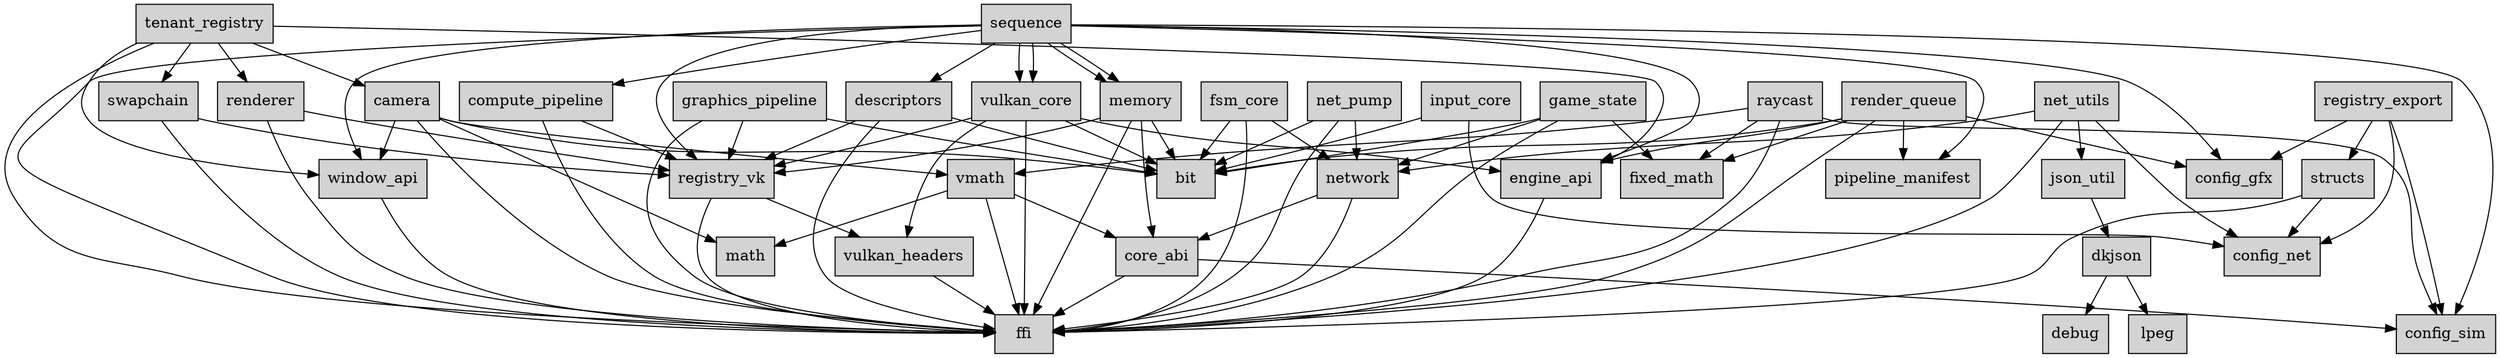
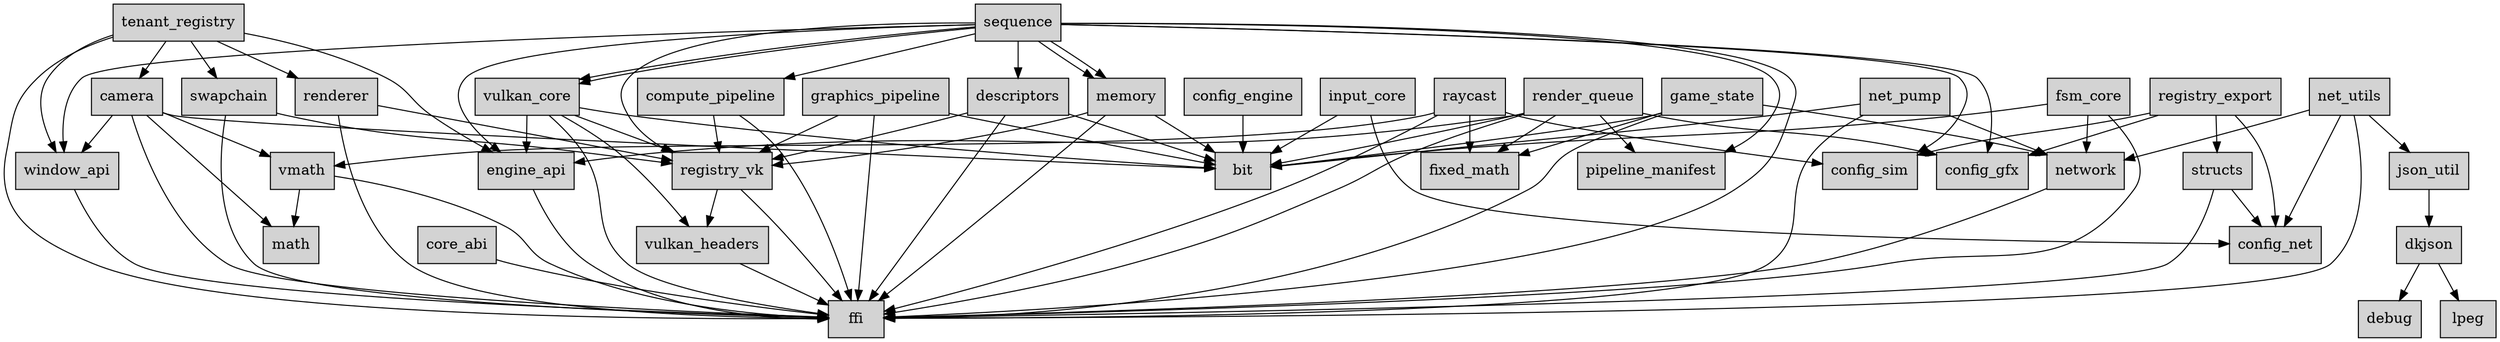
digraph WeaverEngine {
  node [shape=box, style=filled, fillcolor=lightgray];
  "json_util" -> "dkjson";
-   "structs" -> "ffi";
-   "structs" -> "config_net";
-   "compute_pipeline" -> "ffi";
-   "compute_pipeline" -> "registry_vk";
-   "config_sim";
-   "config_gfx";
-   "vulkan_headers" -> "ffi";
-   "vmath" -> "ffi";
-   "vmath" -> "math";
-   "vmath" -> "core_abi";
-   "input_core" -> "bit";
-   "input_core" -> "config_net";
-   "graphics_pipeline" -> "ffi";
-   "graphics_pipeline" -> "bit";
-   "graphics_pipeline" -> "registry_vk";
-   "swapchain" -> "ffi";
-   "swapchain" -> "registry_vk";
-   "registry_export" -> "structs";
-   "registry_export" -> "config_gfx";
-   "registry_export" -> "config_sim";
-   "registry_export" -> "config_net";
-   "engine_api" -> "ffi";
+   "game_state" -> "ffi";
+   "game_state" -> "bit";
+   "game_state" -> "network";
+   "game_state" -> "fixed_math";
+   "config_net";
+   "renderer" -> "ffi";
+   "renderer" -> "registry_vk";
+   "pipeline_manifest";
  "raycast" -> "ffi";
  "raycast" -> "vmath";
  "raycast" -> "fixed_math";
  "raycast" -> "config_sim";
-   "fsm_core" -> "network";
-   "fsm_core" -> "bit";
-   "fsm_core" -> "ffi";
+   "network" -> "ffi";
  "net_pump" -> "ffi";
  "net_pump" -> "bit";
  "net_pump" -> "network";
+   "compute_pipeline" -> "ffi";
+   "compute_pipeline" -> "registry_vk";
+   "input_core" -> "bit";
+   "input_core" -> "config_net";
+   "registry_vk" -> "ffi";
+   "registry_vk" -> "vulkan_headers";
+   "vulkan_core" -> "ffi";
+   "vulkan_core" -> "bit";
+   "vulkan_core" -> "vulkan_headers";
+   "vulkan_core" -> "registry_vk";
+   "vulkan_core" -> "engine_api";
+   "core_abi" -> "ffi";
+   "descriptors" -> "ffi";
+   "descriptors" -> "bit";
+   "descriptors" -> "registry_vk";
+   "swapchain" -> "ffi";
+   "swapchain" -> "registry_vk";
+   "graphics_pipeline" -> "ffi";
+   "graphics_pipeline" -> "bit";
+   "graphics_pipeline" -> "registry_vk";
+   "camera" -> "ffi";
+   "camera" -> "math";
+   "camera" -> "bit";
+   "camera" -> "vmath";
+   "camera" -> "window_api";
+   "config_gfx";
+   "dkjson" -> "debug";
+   "dkjson" -> "lpeg";
+   "structs" -> "ffi";
+   "structs" -> "config_net";
+   "window_api" -> "ffi";
+   "config_engine" -> "bit";
  "sequence" -> "ffi";
  "sequence" -> "registry_vk";
  "sequence" -> "pipeline_manifest";
  "sequence" -> "window_api";
  "sequence" -> "engine_api";
  "sequence" -> "config_gfx";
  "sequence" -> "config_sim";
  "sequence" -> "vulkan_core";
  "sequence" -> "vulkan_core";
  "sequence" -> "memory";
  "sequence" -> "descriptors";
  "sequence" -> "memory";
  "sequence" -> "compute_pipeline";
+   "memory" -> "ffi";
+   "memory" -> "bit";
+   "memory" -> "registry_vk";
+   "config_sim";
+   "fsm_core" -> "network";
+   "fsm_core" -> "bit";
+   "fsm_core" -> "ffi";
  "net_utils" -> "ffi";
  "net_utils" -> "json_util";
  "net_utils" -> "config_net";
  "net_utils" -> "network";
-   "camera" -> "ffi";
-   "camera" -> "math";
-   "camera" -> "bit";
-   "camera" -> "vmath";
-   "camera" -> "window_api";
+   "registry_export" -> "structs";
+   "registry_export" -> "config_gfx";
+   "registry_export" -> "config_sim";
+   "registry_export" -> "config_net";
  "fixed_math";
-   "pipeline_manifest";
-   "renderer" -> "ffi";
-   "renderer" -> "registry_vk";
+   "vulkan_headers" -> "ffi";
+   "vmath" -> "ffi";
+   "vmath" -> "math";
+   "engine_api" -> "ffi";
  "tenant_registry" -> "ffi";
  "tenant_registry" -> "window_api";
  "tenant_registry" -> "engine_api";
  "tenant_registry" -> "swapchain";
  "tenant_registry" -> "renderer";
  "tenant_registry" -> "camera";
-   "descriptors" -> "ffi";
-   "descriptors" -> "bit";
-   "descriptors" -> "registry_vk";
-   "registry_vk" -> "ffi";
-   "registry_vk" -> "vulkan_headers";
-   "game_state" -> "ffi";
-   "game_state" -> "bit";
-   "game_state" -> "network";
-   "game_state" -> "fixed_math";
-   "vulkan_core" -> "ffi";
-   "vulkan_core" -> "bit";
-   "vulkan_core" -> "vulkan_headers";
-   "vulkan_core" -> "registry_vk";
-   "vulkan_core" -> "engine_api";
-   "memory" -> "ffi";
-   "memory" -> "bit";
-   "memory" -> "core_abi";
-   "memory" -> "registry_vk";
  "render_queue" -> "ffi";
  "render_queue" -> "pipeline_manifest";
  "render_queue" -> "bit";
  "render_queue" -> "fixed_math";
  "render_queue" -> "engine_api";
  "render_queue" -> "config_gfx";
-   "dkjson" -> "debug";
-   "dkjson" -> "lpeg";
-   "core_abi" -> "ffi";
-   "core_abi" -> "config_sim";
-   "network" -> "ffi";
-   "network" -> "core_abi";
-   "config_net";
-   "window_api" -> "ffi";
}